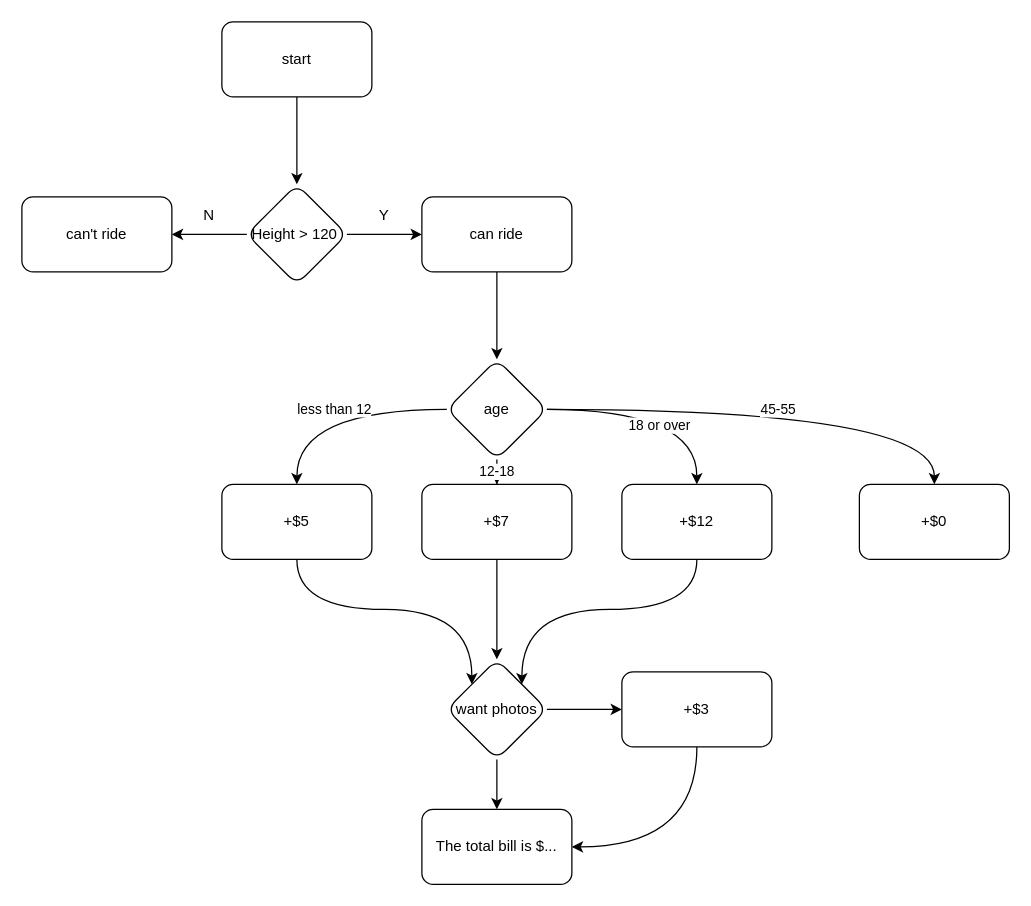
Before: Untitled Diagram.drawio in kittikhb/TestGit, a draw.io diagram. Source tidied: cells renumbered, new cells numbered last; positions are measured from the earlier drawing's top-left corner, leaving out a move shared by most shapes. Both pictures are drawn from the tidied source at 125%, with x=0, y=0 at pixel (21, 21).
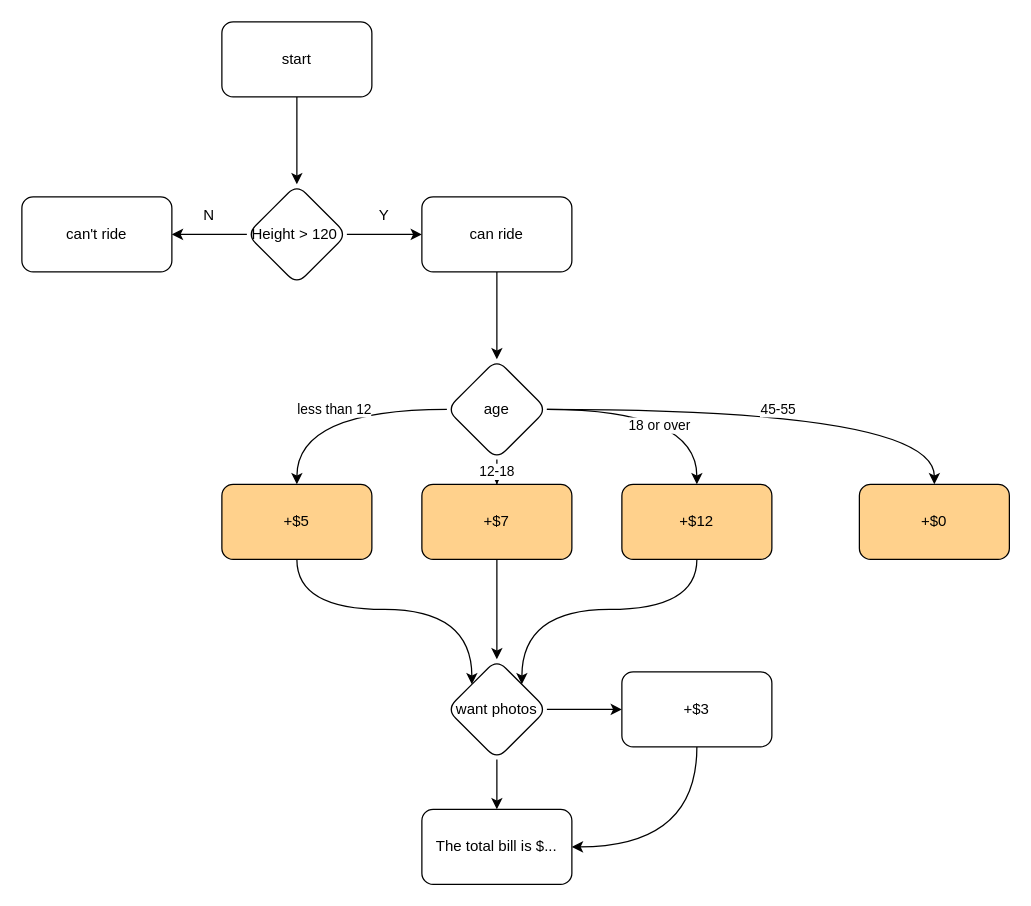
The same diagram, later.

What changed in the source:
```diff
@@
-    <mxCell id="18" value="+$5" style="whiteSpace=wrap;html=1;rounded=1;" parent="1" vertex="1">
+    <mxCell id="18" value="+$5" style="whiteSpace=wrap;html=1;rounded=1;fillColor=#FFD18C;" parent="1" vertex="1">
       <mxGeometry x="160" y="370" width="120" height="60" as="geometry" />
     </mxCell>
@@
-    <mxCell id="23" value="+$7" style="whiteSpace=wrap;html=1;rounded=1;" parent="1" vertex="1">
+    <mxCell id="23" value="+$7" style="whiteSpace=wrap;html=1;rounded=1;fillColor=#FFD18C;" parent="1" vertex="1">
       <mxGeometry x="320" y="370" width="120" height="60" as="geometry" />
     </mxCell>
@@
-    <mxCell id="25" value="+$12" style="whiteSpace=wrap;html=1;rounded=1;" parent="1" vertex="1">
+    <mxCell id="25" value="+$12" style="whiteSpace=wrap;html=1;rounded=1;fillColor=#FFD18C;" parent="1" vertex="1">
       <mxGeometry x="480" y="370" width="120" height="60" as="geometry" />
     </mxCell>
@@
-    <mxCell id="29" value="+$0" style="whiteSpace=wrap;html=1;rounded=1;" parent="1" vertex="1">
+    <mxCell id="29" value="+$0" style="whiteSpace=wrap;html=1;rounded=1;fillColor=#FFD18C;" parent="1" vertex="1">
       <mxGeometry x="670" y="370" width="120" height="60" as="geometry" />
     </mxCell>
```
